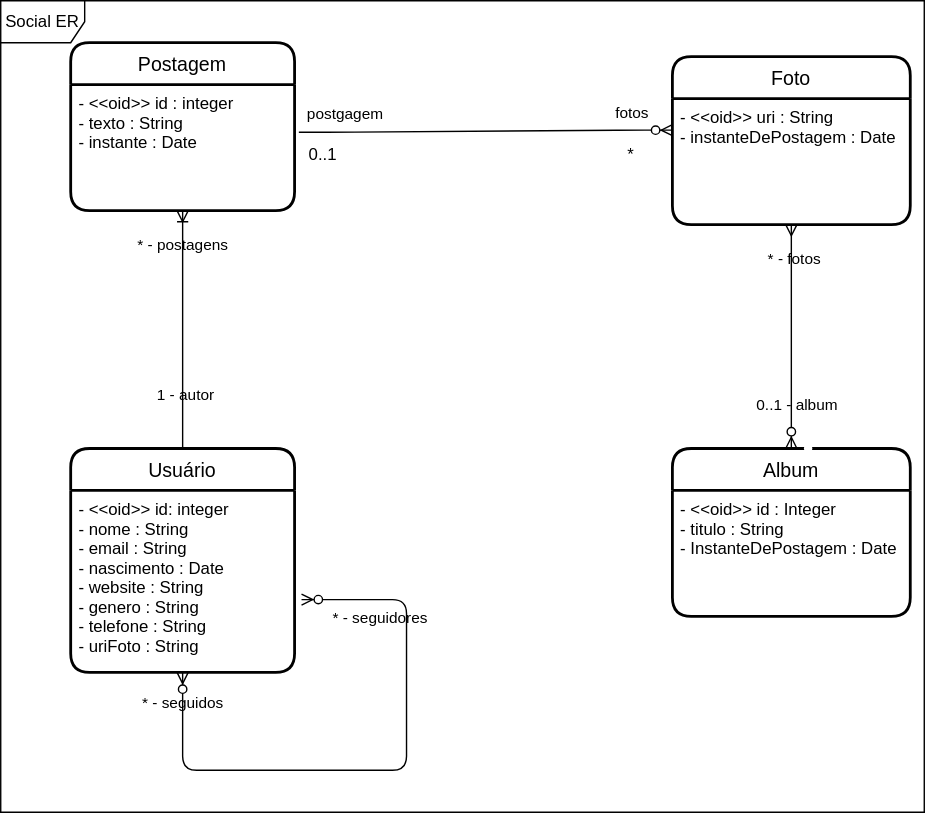
jocile/Modeling keeps this draw.io diagram as SocialERDiagram.drawio.svg. Above is the earlier version. Source tidied: cells renumbered, new cells last; positions are measured from the earlier drawing's top-left corner, leaving out a move shared by most shapes.
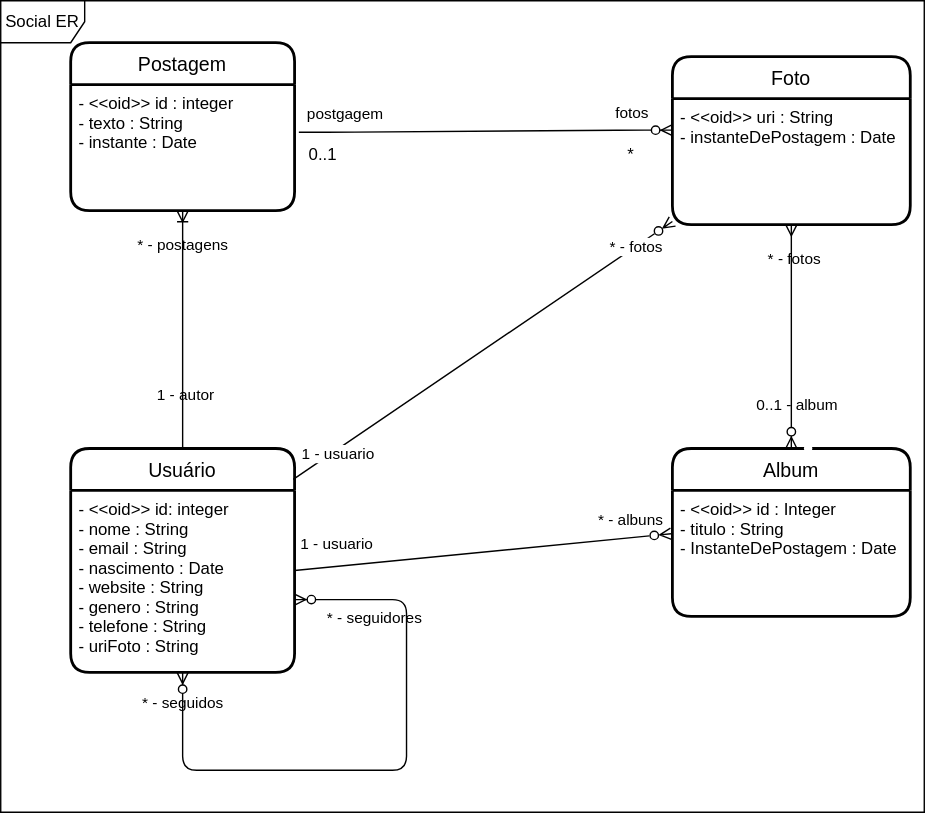
Later version of the same file.

Commit message:
Social objects diagram

What changed in the source:
```diff
@@ -17,7 +17,7 @@
     <mxCell id="6" value="- &lt;&lt;oid&gt;&gt; id: integer&#10;- nome : String&#10;- email : String&#10;- nascimento : Date&#10;- website : String&#10;- genero : String&#10;- telefone : String&#10;- uriFoto : String" style="align=left;strokeColor=none;fillColor=none;spacingLeft=4;fontSize=12;verticalAlign=top;fontColor=#000000;" parent="5" vertex="1">
       <mxGeometry y="30" width="160" height="130" as="geometry" />
     </mxCell>
-    <mxCell id="7" style="edgeStyle=orthogonalEdgeStyle;fontSize=12;html=1;endArrow=ERzeroToMany;endFill=1;fontColor=#000000;exitX=0.5;exitY=1;exitDx=0;exitDy=0;entryX=1.031;entryY=0.6;entryDx=0;entryDy=0;entryPerimeter=0;startArrow=ERzeroToMany;startFill=1;orthogonalLoop=0;" parent="5" edge="1" source="6" target="6">
+    <mxCell id="7" style="edgeStyle=orthogonalEdgeStyle;fontSize=12;html=1;endArrow=ERzeroToMany;endFill=1;fontColor=#000000;exitX=0.5;exitY=1;exitDx=0;exitDy=0;startArrow=ERzeroToMany;startFill=1;" parent="5" edge="1" source="6" target="5">
       <mxGeometry relative="1" as="geometry">
         <Array as="points">
           <mxPoint x="80" y="230" />
@@ -65,6 +65,15 @@
     <mxCell id="18" value="0..1" style="text;html=1;align=center;verticalAlign=middle;strokeColor=none;fillColor=none;fontColor=#000000;" parent="1" vertex="1">
       <mxGeometry x="210" y="100" width="40" height="20" as="geometry" />
     </mxCell>
+    <mxCell id="26" style="edgeStyle=none;html=1;entryX=0.994;entryY=0.138;entryDx=0;entryDy=0;entryPerimeter=0;endArrow=none;endFill=0;startArrow=ERzeroToMany;startFill=0;" parent="1" edge="1" source="13" target="5">
+      <mxGeometry relative="1" as="geometry" />
+    </mxCell>
+    <mxCell id="27" value="1 - usuario" style="edgeLabel;html=1;align=center;verticalAlign=middle;" parent="26" vertex="1">
+      <mxGeometry x="0.78" y="2" relative="1" as="geometry" />
+    </mxCell>
+    <mxCell id="28" value="* - fotos" style="edgeLabel;html=1;align=center;verticalAlign=middle;" parent="26" vertex="1">
+      <mxGeometry x="-0.81" relative="1" as="geometry" />
+    </mxCell>
     <mxCell id="19" value="*" style="text;html=1;align=center;verticalAlign=middle;strokeColor=none;fillColor=none;fontColor=#000000;" parent="1" vertex="1">
       <mxGeometry x="440" y="100" width="20" height="20" as="geometry" />
     </mxCell>
@@ -86,5 +95,18 @@
     <mxCell id="25" value="* - fotos" style="edgeLabel;html=1;align=center;verticalAlign=middle;fontColor=#000000;labelBackgroundColor=none;" parent="23" vertex="1">
       <mxGeometry x="-0.7" y="1" relative="1" as="geometry" />
     </mxCell>
+    <mxCell id="29" style="edgeStyle=none;html=1;entryX=-0.006;entryY=0.344;entryDx=0;entryDy=0;entryPerimeter=0;endArrow=ERzeroToMany;endFill=0;" parent="1" edge="1" source="6" target="21">
+      <mxGeometry relative="1" as="geometry" />
+    </mxCell>
+    <mxCell id="30" value="1 - usuario" style="edgeLabel;html=1;align=center;verticalAlign=middle;" parent="29" vertex="1">
+      <mxGeometry x="-0.81" y="-1" relative="1" as="geometry">
+        <mxPoint x="4" y="-18" as="offset" />
+      </mxGeometry>
+    </mxCell>
+    <mxCell id="31" value="* - albuns" style="edgeLabel;html=1;align=center;verticalAlign=middle;" parent="29" vertex="1">
+      <mxGeometry x="0.81" y="-1" relative="1" as="geometry">
+        <mxPoint x="-3" y="-14" as="offset" />
+      </mxGeometry>
+    </mxCell>
   </root>
 </mxGraphModel>
```
